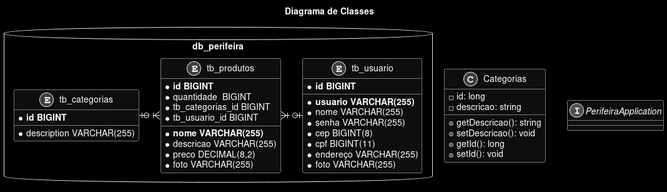
Above: assets/diagrama_classes.png in Projeto-PeriFeira/PeriFeira (PlantUML), before the change.
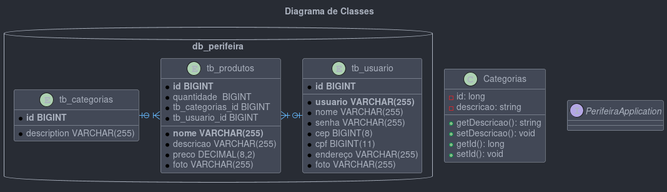
The same file after the commit.

The edit, as a diff of the source:
```diff
@@ -1,10 +1,6 @@
 @startuml
+!include https://raw.githubusercontent.com/patrik-csak/one-dark-plantuml-theme/v1.0.1/theme.puml
 allow_mixing
-skinparam monochrome reverse
-skinparam usecase {
-	BackgroundColor  white
-	BorderColor white
-}
 title Diagrama de Classes
 
 class Categorias {
```
